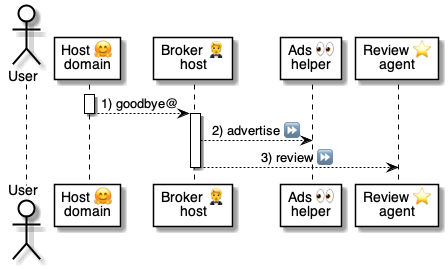
pollyweb-org/pollyweb-docs keeps this PlantUML diagram as 5 ⏩ Flows/50 🤗⏩ Hosts/.📎 Assets/⚙️👋 Goodbye.png. Above is the earlier version. Its source is kept beside it as 5 ⏩ Flows/50 🤗⏩ Hosts/.📎 Assets/⚙️👋 Goodbye.puml. Its diagram source:
```plantuml
@startuml Goodbye

actor "User" as user
participant "Host 🤗\ndomain" as host
participant "Broker 🤵\nhost" as broker
participant "Ads 👀\nhelper" as ads
participant "Review ⭐\nagent" as reviewer


activate host
    host --> broker: 1) goodbye@
deactivate host

activate broker
    broker --> ads: 2) advertise ⏩
    broker --> reviewer: 3) review ⏩
deactivate broker



@enduml
```
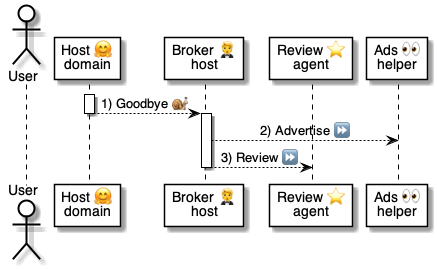
After the change.

Diff of the diagram source:
```diff
@@ -3,17 +3,17 @@
 actor "User" as user
 participant "Host 🤗\ndomain" as host
 participant "Broker 🤵\nhost" as broker
+participant "Review ⭐\nagent" as reviewer
 participant "Ads 👀\nhelper" as ads
-participant "Review ⭐\nagent" as reviewer
 
 
 activate host
-    host --> broker: 1) goodbye@
+    host --> broker: 1) Goodbye 🐌
 deactivate host
 
 activate broker
-    broker --> ads: 2) advertise ⏩
-    broker --> reviewer: 3) review ⏩
+    broker --> ads: 2) Advertise ⏩
+    broker --> reviewer: 3) Review ⏩
 deactivate broker
 
 
```
